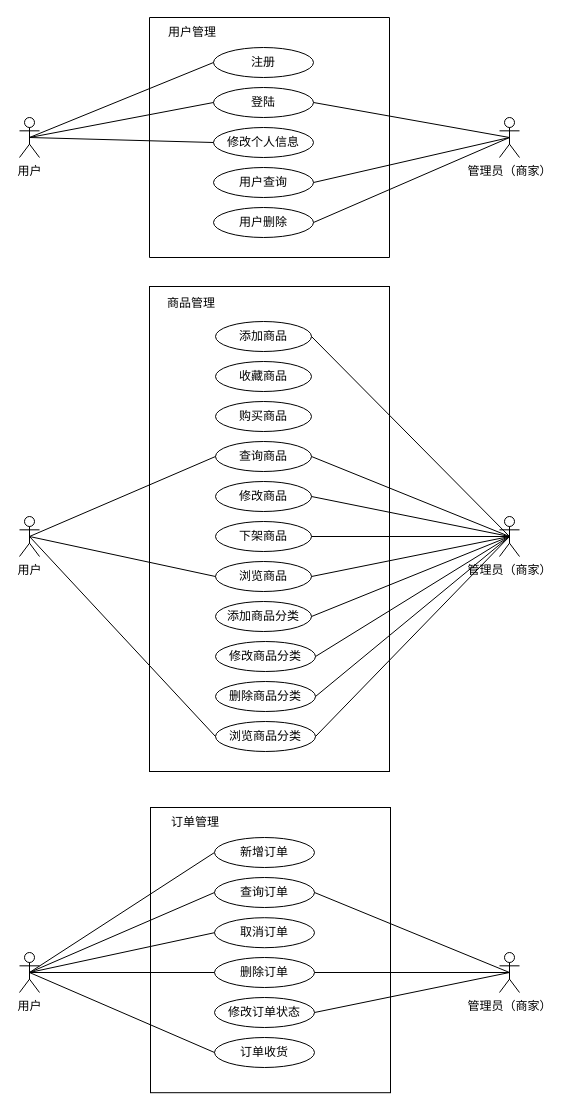
hongkingking/hkk keeps this draw.io diagram as page "分开-1" (3 of 27) of Untitled Diagram.drawio. Above is the earlier version. Source tidied: cells renumbered, new cells numbered last; positions are measured from the earlier drawing's top-left corner, leaving out a move shared by most shapes. Both pictures are drawn from the tidied source at 100%, with x=0, y=0 at pixel (19, 17).
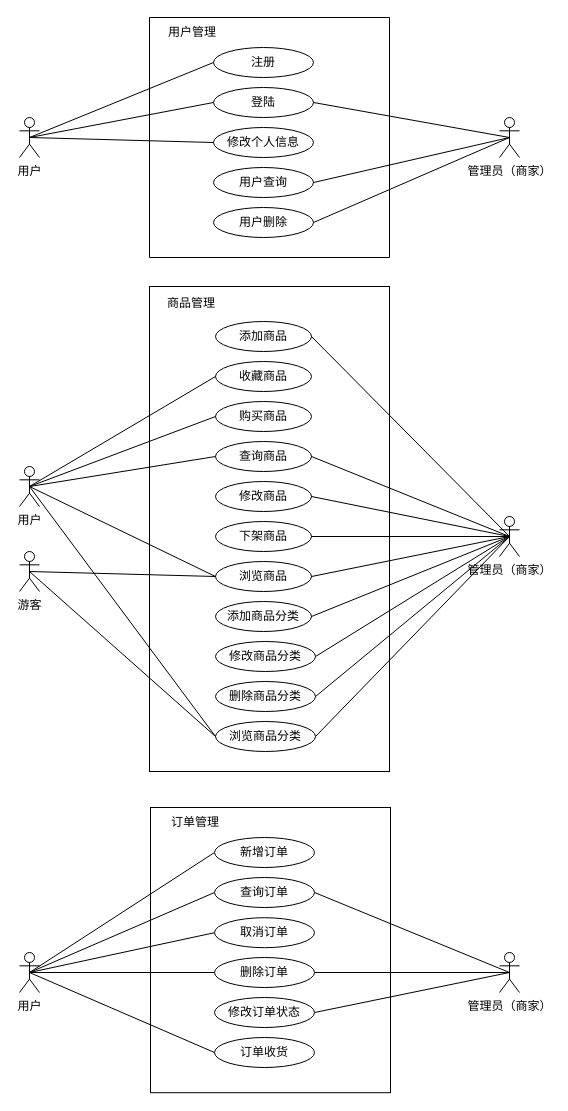
The same page after the edit.

Unchanged cells that the change refers to:
```xml
<mxCell id="33" value="浏览商品" style="ellipse;whiteSpace=wrap;html=1;fillColor=default;" parent="1" vertex="1">
  <mxGeometry x="196" y="544" width="96" height="30" as="geometry" />
</mxCell>
<mxCell id="36" value="浏览商品分类" style="ellipse;whiteSpace=wrap;html=1;" parent="1" vertex="1">
  <mxGeometry x="196" y="704" width="100" height="30" as="geometry" />
</mxCell>
<mxCell id="42" value="购买商品" style="ellipse;whiteSpace=wrap;html=1;fillColor=default;" parent="1" vertex="1">
  <mxGeometry x="196" y="384" width="96" height="30" as="geometry" />
</mxCell>
<mxCell id="43" value="收藏商品" style="ellipse;whiteSpace=wrap;html=1;fillColor=default;" parent="1" vertex="1">
  <mxGeometry x="196" y="344" width="96" height="30" as="geometry" />
</mxCell>
```

The edit, as a diff of the source:
```diff
@@
     <mxCell id="19" value="用户" style="shape=umlActor;verticalLabelPosition=bottom;verticalAlign=top;html=1;" parent="1" vertex="1">
-      <mxGeometry y="499" width="20" height="40" as="geometry" />
+      <mxGeometry y="449" width="20" height="40" as="geometry" />
     </mxCell>
@@
+    <mxCell id="62" style="endArrow=none;html=1;exitX=0.5;exitY=0.5;exitDx=0;exitDy=0;exitPerimeter=0;entryX=0;entryY=0.5;entryDx=0;entryDy=0;" parent="1" edge="1" source="19" target="43">
+      <mxGeometry relative="1" as="geometry" />
+    </mxCell>
+    <mxCell id="63" style="endArrow=none;html=1;exitX=0.5;exitY=0.5;exitDx=0;exitDy=0;exitPerimeter=0;entryX=0;entryY=0.5;entryDx=0;entryDy=0;" parent="1" edge="1" source="19" target="42">
+      <mxGeometry relative="1" as="geometry" />
+    </mxCell>
+    <mxCell id="64" value="游客" style="shape=umlActor;verticalLabelPosition=bottom;verticalAlign=top;html=1;" parent="1" vertex="1">
+      <mxGeometry y="534" width="20" height="40" as="geometry" />
+    </mxCell>
+    <mxCell id="65" style="endArrow=none;html=1;exitX=0.5;exitY=0.5;exitDx=0;exitDy=0;exitPerimeter=0;entryX=0;entryY=0.5;entryDx=0;entryDy=0;" parent="1" edge="1" source="64" target="33">
+      <mxGeometry relative="1" as="geometry" />
+    </mxCell>
+    <mxCell id="66" style="endArrow=none;html=1;exitX=0.5;exitY=0.5;exitDx=0;exitDy=0;exitPerimeter=0;entryX=0;entryY=0.5;entryDx=0;entryDy=0;" parent="1" edge="1" source="64" target="36">
+      <mxGeometry relative="1" as="geometry" />
+    </mxCell>
```
